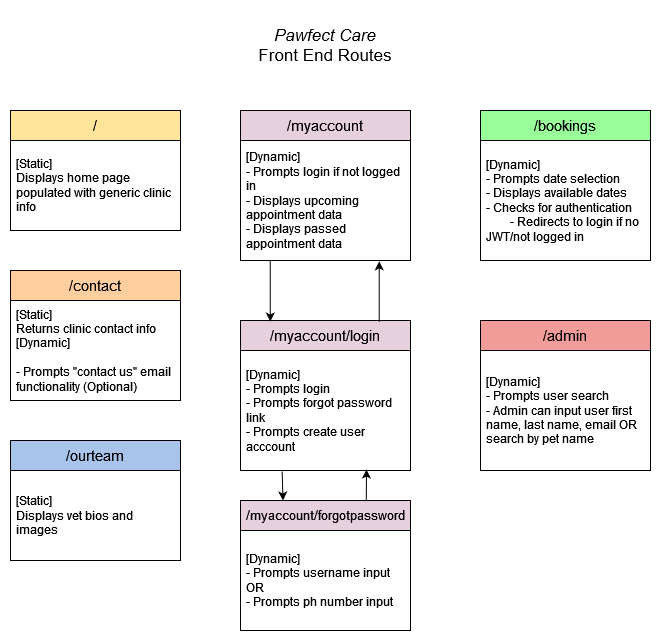
This is T3A2-A/docs/pawfect-care-endpoints-diagram.drawio.png from tthecoder15/T3A2---MERN-App, a draw.io export, as it was before one commit. Source tidied: cells renumbered, new cells last; positions are measured from the earlier drawing's top-left corner, leaving out a move shared by most shapes.
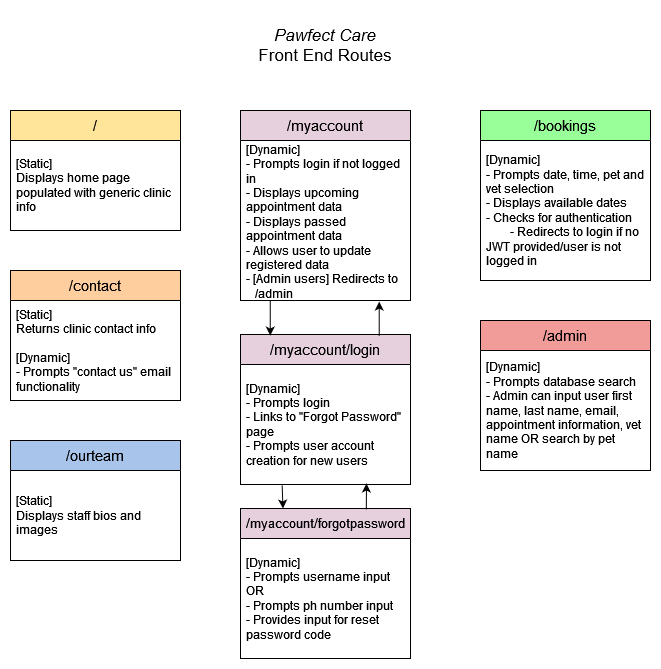
The same file after the commit.

Diff of the diagram source:
```diff
@@ -11,7 +11,7 @@
     <mxCell id="4" value="&lt;font style=&quot;font-size: 15px;&quot;&gt;/&lt;/font&gt;ourteam" style="swimlane;fontStyle=0;horizontal=1;startSize=30;whiteSpace=wrap;html=1;fillColor=#A9C4EB;fontSize=15;" parent="1" vertex="1">
       <mxGeometry y="430" width="170" height="120" as="geometry" />
     </mxCell>
-    <mxCell id="5" value="&lt;div&gt;[Static]&amp;nbsp;&lt;/div&gt;&lt;div&gt;Displays vet bios and images&lt;br&gt;&lt;/div&gt;" style="text;strokeColor=none;fillColor=none;align=left;verticalAlign=middle;spacingLeft=4;spacingRight=4;overflow=hidden;whiteSpace=wrap;html=1;" parent="4" vertex="1">
+    <mxCell id="5" value="&lt;div&gt;[Static]&amp;nbsp;&lt;/div&gt;&lt;div&gt;Displays staff bios and images&lt;br&gt;&lt;/div&gt;" style="text;strokeColor=none;fillColor=none;align=left;verticalAlign=middle;spacingLeft=4;spacingRight=4;overflow=hidden;whiteSpace=wrap;html=1;" parent="4" vertex="1">
       <mxGeometry y="30" width="170" height="90" as="geometry" />
     </mxCell>
     <mxCell id="6" value="&lt;div&gt;&lt;font style=&quot;font-size: 17px;&quot;&gt;&lt;i&gt;Pawfect Care&lt;/i&gt;&lt;/font&gt;&lt;/div&gt;&lt;div&gt;&lt;font style=&quot;font-size: 17px;&quot;&gt;Front End Routes&lt;br&gt;&lt;/font&gt;&lt;/div&gt;" style="text;html=1;align=center;verticalAlign=middle;whiteSpace=wrap;rounded=0;" parent="1" vertex="1">
@@ -20,25 +20,25 @@
     <mxCell id="7" value="&lt;font style=&quot;font-size: 15px;&quot;&gt;/&lt;/font&gt;contact" style="swimlane;fontStyle=0;horizontal=1;startSize=30;whiteSpace=wrap;html=1;fillColor=#FFCE9F;fontSize=15;" parent="1" vertex="1">
       <mxGeometry y="260" width="170" height="130" as="geometry" />
     </mxCell>
-    <mxCell id="8" value="&lt;div&gt;[Static]&lt;/div&gt;&lt;div&gt;Returns clinic contact info&lt;br&gt;&lt;/div&gt;&lt;div&gt;[Dynamic]&lt;/div&gt;&lt;div&gt;&lt;br&gt;&lt;/div&gt;&lt;div&gt;- Prompts &quot;contact us&quot; email functionality (Optional)&lt;br&gt;&lt;/div&gt;" style="text;strokeColor=none;fillColor=none;align=left;verticalAlign=middle;spacingLeft=4;spacingRight=4;overflow=hidden;whiteSpace=wrap;html=1;" parent="7" vertex="1">
+    <mxCell id="8" value="&lt;div&gt;[Static]&lt;/div&gt;&lt;div&gt;Returns clinic contact info&lt;br&gt;&lt;/div&gt;&lt;div&gt;&lt;br&gt;&lt;/div&gt;&lt;div&gt;[Dynamic]&lt;/div&gt;&lt;div&gt;- Prompts &quot;contact us&quot; email functionality&lt;br&gt;&lt;/div&gt;" style="text;strokeColor=none;fillColor=none;align=left;verticalAlign=middle;spacingLeft=4;spacingRight=4;overflow=hidden;whiteSpace=wrap;html=1;" parent="7" vertex="1">
       <mxGeometry y="30" width="170" height="100" as="geometry" />
     </mxCell>
     <mxCell id="9" value="&lt;font style=&quot;font-size: 15px;&quot;&gt;/myaccount&lt;/font&gt;" style="swimlane;fontStyle=0;horizontal=1;startSize=30;whiteSpace=wrap;html=1;fillColor=#E6D0DE;" parent="1" vertex="1">
-      <mxGeometry x="230" y="100" width="170" height="150" as="geometry" />
+      <mxGeometry x="230" y="100" width="170" height="190" as="geometry" />
     </mxCell>
-    <mxCell id="10" value="&lt;div&gt;[Dynamic]&amp;nbsp;&lt;/div&gt;&lt;div&gt;- Prompts login if not logged in&lt;br&gt;&lt;/div&gt;&lt;div&gt;- Displays upcoming appointment data&lt;/div&gt;&lt;div&gt;- Displays passed appointment data&lt;br&gt;&lt;/div&gt;" style="text;strokeColor=none;fillColor=none;align=left;verticalAlign=middle;spacingLeft=4;spacingRight=4;overflow=hidden;points=[[0,0.5],[1,0.5]];portConstraint=eastwest;whiteSpace=wrap;html=1;" parent="9" vertex="1">
-      <mxGeometry y="30" width="170" height="120" as="geometry" />
+    <mxCell id="10" value="&lt;div&gt;[Dynamic]&amp;nbsp;&lt;/div&gt;&lt;div&gt;- Prompts login if not logged in&lt;br&gt;&lt;/div&gt;&lt;div&gt;- Displays upcoming appointment data&lt;/div&gt;&lt;div&gt;- Displays passed appointment data&lt;br&gt;&lt;/div&gt;&lt;div&gt;- Allows user to update registered data&lt;br&gt;&lt;/div&gt;&lt;div&gt;- [Admin users] Redirects to &amp;nbsp;&amp;nbsp; /admin&lt;br&gt;&lt;/div&gt;" style="text;strokeColor=none;fillColor=none;align=left;verticalAlign=middle;spacingLeft=4;spacingRight=4;overflow=hidden;points=[[0,0.5],[1,0.5]];portConstraint=eastwest;whiteSpace=wrap;html=1;" parent="9" vertex="1">
+      <mxGeometry y="30" width="170" height="160" as="geometry" />
     </mxCell>
     <mxCell id="11" value="&lt;font style=&quot;font-size: 15px;&quot;&gt;/bookings&lt;/font&gt;" style="swimlane;fontStyle=0;horizontal=1;startSize=30;whiteSpace=wrap;html=1;fillColor=#99FF99;" parent="1" vertex="1">
-      <mxGeometry x="470" y="100" width="170" height="150" as="geometry" />
+      <mxGeometry x="470" y="100" width="170" height="170" as="geometry" />
     </mxCell>
-    <mxCell id="12" value="&lt;div&gt;[Dynamic]&amp;nbsp;&lt;/div&gt;&lt;div&gt;- Prompts date selection&lt;br&gt;&lt;/div&gt;&lt;div&gt;- Displays available dates&lt;/div&gt;&lt;div&gt;- Checks for authentication&lt;/div&gt;&lt;div&gt;&lt;span style=&quot;white-space: pre;&quot;&gt;&#9;&lt;/span&gt;- Redirects to login if no JWT/not logged in&lt;br&gt;&lt;/div&gt;" style="text;strokeColor=none;fillColor=none;align=left;verticalAlign=middle;spacingLeft=4;spacingRight=4;overflow=hidden;whiteSpace=wrap;html=1;" parent="11" vertex="1">
-      <mxGeometry y="30" width="170" height="120" as="geometry" />
+    <mxCell id="12" value="&lt;div&gt;[Dynamic]&amp;nbsp;&lt;/div&gt;&lt;div&gt;- Prompts date, time, pet and vet selection&lt;br&gt;&lt;/div&gt;&lt;div&gt;- Displays available dates&lt;/div&gt;&lt;div&gt;- Checks for authentication&lt;/div&gt;&lt;div&gt;&lt;span style=&quot;white-space: pre;&quot;&gt;&#9;&lt;/span&gt;- Redirects to login if no JWT provided/user is not logged in&lt;br&gt;&lt;/div&gt;" style="text;strokeColor=none;fillColor=none;align=left;verticalAlign=middle;spacingLeft=4;spacingRight=4;overflow=hidden;whiteSpace=wrap;html=1;" parent="11" vertex="1">
+      <mxGeometry y="30" width="170" height="140" as="geometry" />
     </mxCell>
     <mxCell id="13" value="&lt;font style=&quot;font-size: 15px;&quot;&gt;/myaccount/login&lt;/font&gt;" style="swimlane;fontStyle=0;horizontal=1;startSize=30;whiteSpace=wrap;html=1;fillColor=#E6D0DE;" parent="1" vertex="1">
-      <mxGeometry x="230" y="310" width="170" height="150" as="geometry" />
+      <mxGeometry x="230" y="324" width="170" height="150" as="geometry" />
     </mxCell>
-    <mxCell id="14" value="&lt;div&gt;[Dynamic]&amp;nbsp;&lt;/div&gt;&lt;div&gt;- Prompts login&lt;/div&gt;&lt;div&gt;- Prompts forgot password link&lt;br&gt;&lt;/div&gt;&lt;div&gt;- Prompts create user acccount&lt;br&gt;&lt;/div&gt;" style="text;strokeColor=none;fillColor=none;align=left;verticalAlign=middle;spacingLeft=4;spacingRight=4;overflow=hidden;points=[[0,0.5],[1,0.5]];portConstraint=eastwest;whiteSpace=wrap;html=1;" parent="13" vertex="1">
+    <mxCell id="14" value="&lt;div&gt;[Dynamic]&amp;nbsp;&lt;/div&gt;&lt;div&gt;- Prompts login&lt;/div&gt;&lt;div&gt;- Links to &quot;Forgot Password&quot; page&lt;br&gt;&lt;/div&gt;&lt;div&gt;- Prompts user account creation for new users&lt;br&gt;&lt;/div&gt;" style="text;strokeColor=none;fillColor=none;align=left;verticalAlign=middle;spacingLeft=4;spacingRight=4;overflow=hidden;points=[[0,0.5],[1,0.5]];portConstraint=eastwest;whiteSpace=wrap;html=1;" parent="13" vertex="1">
       <mxGeometry y="30" width="170" height="120" as="geometry" />
     </mxCell>
     <mxCell id="15" style="edgeStyle=orthogonalEdgeStyle;rounded=0;jettySize=auto;html=1;entryX=0.175;entryY=0.007;entryDx=0;entryDy=0;exitX=0.175;exitY=1.001;exitDx=0;exitDy=0;exitPerimeter=0;entryPerimeter=0;" parent="1" edge="1" source="10" target="13">
@@ -47,14 +47,14 @@
     <mxCell id="16" value="&lt;font style=&quot;font-size: 15px;&quot;&gt;/admin&lt;/font&gt;" style="swimlane;fontStyle=0;horizontal=1;startSize=30;whiteSpace=wrap;html=1;fillColor=#F19C99;" parent="1" vertex="1">
       <mxGeometry x="470" y="310" width="170" height="150" as="geometry" />
     </mxCell>
-    <mxCell id="17" value="&lt;div&gt;[Dynamic]&amp;nbsp;&lt;/div&gt;&lt;div&gt;- Prompts user search&lt;/div&gt;&lt;div&gt;- Admin can input user first name, last name, email OR search by pet name&lt;br&gt;&lt;/div&gt;" style="text;strokeColor=none;fillColor=none;align=left;verticalAlign=middle;spacingLeft=4;spacingRight=4;overflow=hidden;whiteSpace=wrap;html=1;" parent="16" vertex="1">
+    <mxCell id="17" value="&lt;div&gt;[Dynamic]&amp;nbsp;&lt;/div&gt;&lt;div&gt;- Prompts database search&lt;/div&gt;&lt;div&gt;- Admin can input user first name, last name, email, appointment information, vet name OR search by pet name&lt;br&gt;&lt;/div&gt;" style="text;strokeColor=none;fillColor=none;align=left;verticalAlign=middle;spacingLeft=4;spacingRight=4;overflow=hidden;whiteSpace=wrap;html=1;" parent="16" vertex="1">
       <mxGeometry y="30" width="170" height="120" as="geometry" />
     </mxCell>
     <mxCell id="18" value="&lt;font style=&quot;font-size: 13px;&quot;&gt;/myaccount/forgotpassword&lt;/font&gt;" style="swimlane;fontStyle=0;horizontal=1;startSize=30;whiteSpace=wrap;html=1;fillColor=#E6D0DE;" parent="1" vertex="1">
-      <mxGeometry x="230" y="490" width="170" height="130" as="geometry" />
+      <mxGeometry x="230" y="498" width="170" height="150" as="geometry" />
     </mxCell>
-    <mxCell id="19" value="&lt;div&gt;&lt;br&gt;&lt;/div&gt;&lt;div&gt;[Dynamic]&amp;nbsp;&lt;/div&gt;&lt;div&gt;- Prompts username input&lt;/div&gt;&lt;div&gt;OR&lt;/div&gt;&lt;div&gt;- Prompts ph number input&lt;br&gt;&lt;/div&gt;&lt;div&gt;&lt;br&gt;&lt;/div&gt;" style="text;strokeColor=none;fillColor=none;align=left;verticalAlign=middle;spacingLeft=4;spacingRight=4;overflow=hidden;whiteSpace=wrap;html=1;" parent="18" vertex="1">
-      <mxGeometry y="30" width="170" height="100" as="geometry" />
+    <mxCell id="19" value="&lt;div&gt;[Dynamic]&amp;nbsp;&lt;/div&gt;&lt;div&gt;- Prompts username input&lt;/div&gt;&lt;div&gt;OR&lt;/div&gt;&lt;div&gt;- Prompts ph number input&lt;br&gt;&lt;/div&gt;&lt;div&gt;- Provides input for reset password code&lt;br&gt;&lt;/div&gt;" style="text;strokeColor=none;fillColor=none;align=left;verticalAlign=middle;spacingLeft=4;spacingRight=4;overflow=hidden;whiteSpace=wrap;html=1;" parent="18" vertex="1">
+      <mxGeometry y="30" width="170" height="120" as="geometry" />
     </mxCell>
     <mxCell id="20" style="edgeStyle=orthogonalEdgeStyle;rounded=0;jettySize=auto;html=1;entryX=0.25;entryY=0;entryDx=0;entryDy=0;exitX=0.245;exitY=1.008;exitDx=0;exitDy=0;exitPerimeter=0;" parent="1" edge="1" source="14" target="18">
       <mxGeometry relative="1" as="geometry" />
```
